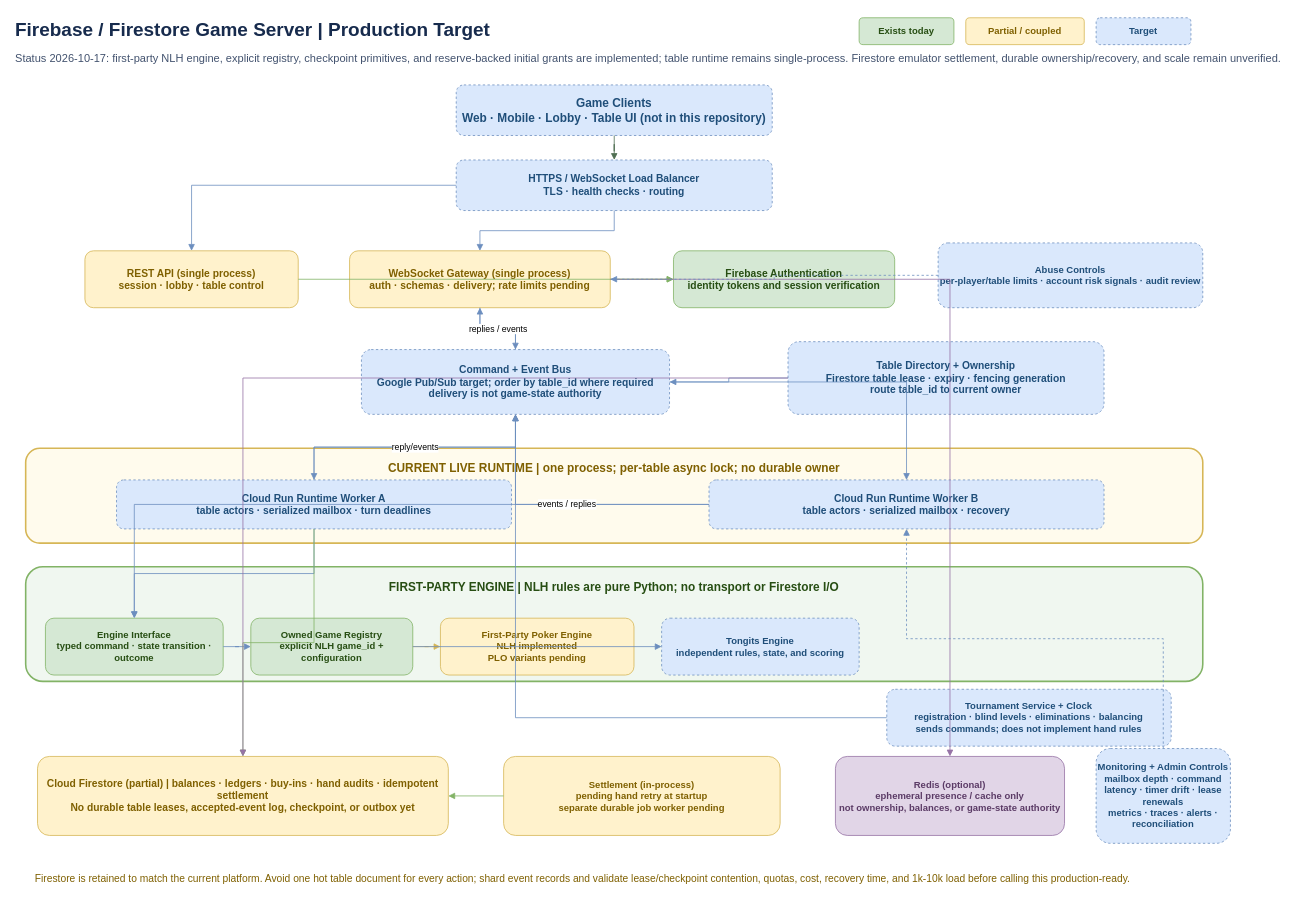
Earlier version of the draw.io diagram page "Firebase Production Target" (1 of 2) of GAME_SERVER_FIREBASE_ARCHITECTURE.drawio (jaspervborcena/cowboysphpokerbackend). Source tidied: cells renumbered, new cells numbered last; positions are measured from the earlier drawing's top-left corner, leaving out a move shared by most shapes. Both pictures are drawn from the tidied source at 79%, with x=0, y=0 at pixel (13, 13).
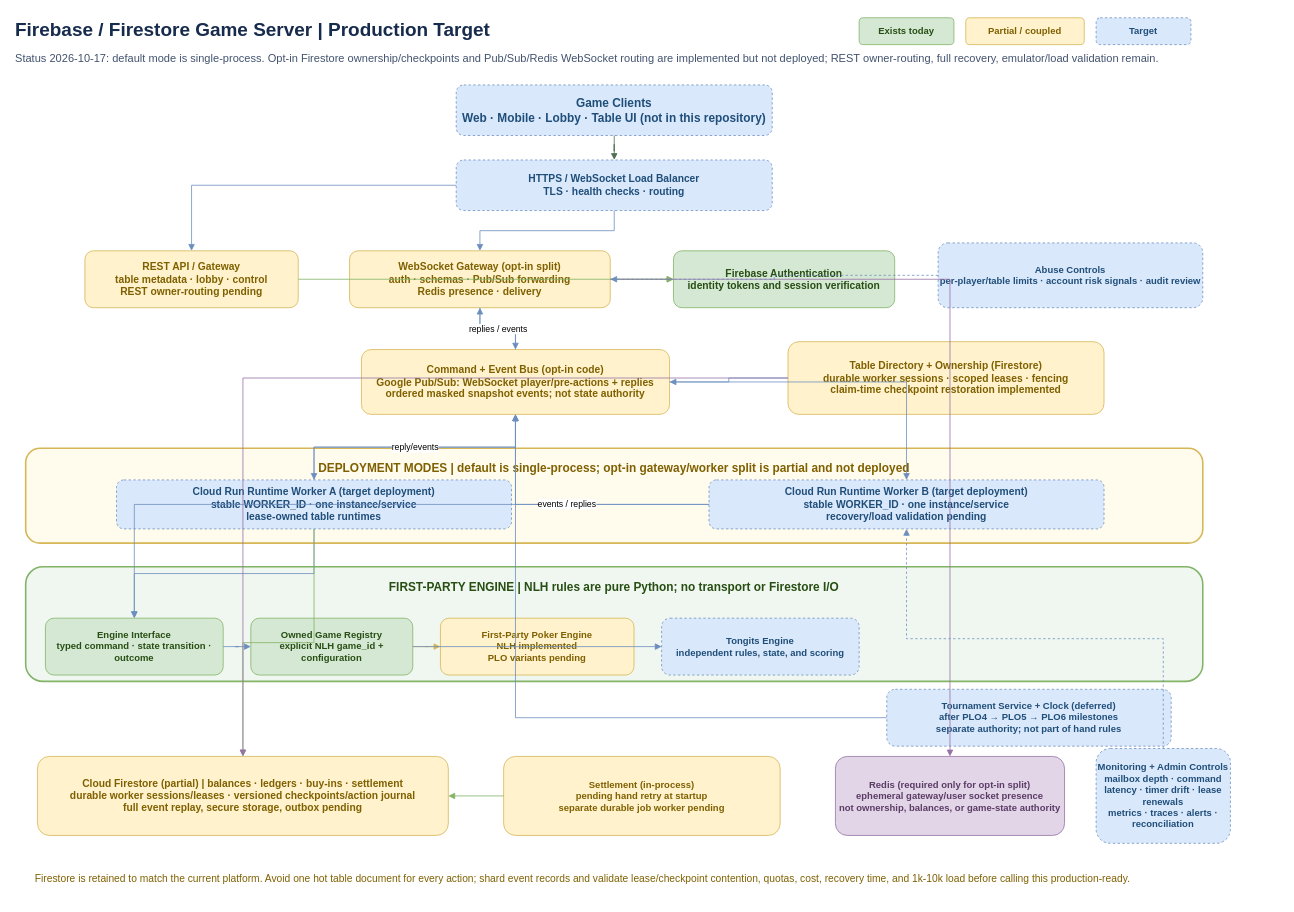
Above is the later version.

The edit, as a diff of the source:
```diff
@@
-    <mxCell id="3" value="Status 2026-10-17: first-party NLH engine, explicit registry, checkpoint primitives, and reserve-backed initial grants are implemented; table runtime remains single-process. Firestore emulator settlement, durable ownership/recovery, and scale remain unverified." style="text;html=1;align=left;verticalAlign=middle;fontSize=14;fontColor=#42526E;" parent="1" vertex="1">
+    <mxCell id="3" value="Status 2026-10-17: default mode is single-process. Opt-in Firestore ownership/checkpoints and Pub/Sub/Redis WebSocket routing are implemented but not deployed; REST owner-routing, full recovery, emulator/load validation remain." style="text;html=1;align=left;verticalAlign=middle;fontSize=14;fontColor=#42526E;" parent="1" vertex="1">
       <mxGeometry y="42" width="1220" height="30" as="geometry" />
     </mxCell>
@@
-    <mxCell id="9" value="REST API (single process)&lt;br&gt;session · lobby · table control" style="rounded=1;whiteSpace=wrap;html=1;fillColor=#FFF2CC;strokeColor=#D6B656;fontColor=#7F6000;fontSize=13;fontStyle=1;" parent="1" vertex="1">
+    <mxCell id="9" value="REST API / Gateway&lt;br&gt;table metadata · lobby · control&lt;br&gt;REST owner-routing pending" style="rounded=1;whiteSpace=wrap;html=1;fillColor=#FFF2CC;strokeColor=#D6B656;fontColor=#7F6000;fontSize=13;fontStyle=1;" parent="1" vertex="1">
       <mxGeometry x="90" y="300" width="270" height="72" as="geometry" />
     </mxCell>
-    <mxCell id="10" value="WebSocket Gateway (single process)&lt;br&gt;auth · schemas · delivery; rate limits pending" style="rounded=1;whiteSpace=wrap;html=1;fillColor=#FFF2CC;strokeColor=#D6B656;fontColor=#7F6000;fontSize=13;fontStyle=1;" parent="1" vertex="1">
+    <mxCell id="10" value="WebSocket Gateway (opt-in split)&lt;br&gt;auth · schemas · Pub/Sub forwarding&lt;br&gt;Redis presence · delivery" style="rounded=1;whiteSpace=wrap;html=1;fillColor=#FFF2CC;strokeColor=#D6B656;fontColor=#7F6000;fontSize=13;fontStyle=1;" parent="1" vertex="1">
       <mxGeometry x="425" y="300" width="330" height="72" as="geometry" />
     </mxCell>
@@
-    <mxCell id="13" value="Command + Event Bus&lt;br&gt;Google Pub/Sub target; order by table_id where required&lt;br&gt;delivery is not game-state authority" style="rounded=1;whiteSpace=wrap;html=1;fillColor=#DAE8FC;strokeColor=#6C8EBF;fontColor=#1F4E79;fontSize=13;fontStyle=1;dashed=1;" parent="1" vertex="1">
+    <mxCell id="13" value="Command + Event Bus (opt-in code)&lt;br&gt;Google Pub/Sub: WebSocket player/pre-actions + replies&lt;br&gt;ordered masked snapshot events; not state authority" style="rounded=1;whiteSpace=wrap;html=1;fillColor=#FFF2CC;strokeColor=#D6B656;fontColor=#7F6000;fontSize=13;fontStyle=1;" parent="1" vertex="1">
       <mxGeometry x="440" y="425" width="390" height="82" as="geometry" />
     </mxCell>
-    <mxCell id="14" value="Table Directory + Ownership&lt;br&gt;Firestore table lease · expiry · fencing generation&lt;br&gt;route table_id to current owner" style="rounded=1;whiteSpace=wrap;html=1;fillColor=#DAE8FC;strokeColor=#6C8EBF;fontColor=#1F4E79;fontSize=13;fontStyle=1;dashed=1;" parent="1" vertex="1">
+    <mxCell id="14" value="Table Directory + Ownership (Firestore)&lt;br&gt;durable worker sessions · scoped leases · fencing&lt;br&gt;claim-time checkpoint restoration implemented" style="rounded=1;whiteSpace=wrap;html=1;fillColor=#FFF2CC;strokeColor=#D6B656;fontColor=#7F6000;fontSize=13;fontStyle=1;" parent="1" vertex="1">
       <mxGeometry x="980" y="415" width="400" height="92" as="geometry" />
     </mxCell>
-    <mxCell id="15" value="CURRENT LIVE RUNTIME | one process; per-table async lock; no durable owner" style="rounded=1;whiteSpace=wrap;html=1;fillColor=#FFF2CC;fillOpacity=35;strokeColor=#D6B656;strokeWidth=2;dashed=0;fontColor=#7F6000;fontSize=15;fontStyle=1;verticalAlign=top;spacingTop=10;" parent="1" vertex="1">
+    <mxCell id="15" value="DEPLOYMENT MODES | default is single-process; opt-in gateway/worker split is partial and not deployed" style="rounded=1;whiteSpace=wrap;html=1;fillColor=#FFF2CC;fillOpacity=35;strokeColor=#D6B656;strokeWidth=2;dashed=0;fontColor=#7F6000;fontSize=15;fontStyle=1;verticalAlign=top;spacingTop=10;" parent="1" vertex="1">
       <mxGeometry x="15" y="550" width="1490" height="120" as="geometry" />
     </mxCell>
-    <mxCell id="16" value="Cloud Run Runtime Worker A&lt;br&gt;table actors · serialized mailbox · turn deadlines" style="rounded=1;whiteSpace=wrap;html=1;fillColor=#DAE8FC;strokeColor=#6C8EBF;fontColor=#1F4E79;fontSize=13;fontStyle=1;dashed=1;" parent="1" vertex="1">
+    <mxCell id="16" value="Cloud Run Runtime Worker A (target deployment)&lt;br&gt;stable WORKER_ID · one instance/service&lt;br&gt;lease-owned table runtimes" style="rounded=1;whiteSpace=wrap;html=1;fillColor=#DAE8FC;strokeColor=#6C8EBF;fontColor=#1F4E79;fontSize=13;fontStyle=1;dashed=1;" parent="1" vertex="1">
       <mxGeometry x="130" y="590" width="500" height="62" as="geometry" />
     </mxCell>
-    <mxCell id="17" value="Cloud Run Runtime Worker B&lt;br&gt;table actors · serialized mailbox · recovery" style="rounded=1;whiteSpace=wrap;html=1;fillColor=#DAE8FC;strokeColor=#6C8EBF;fontColor=#1F4E79;fontSize=13;fontStyle=1;dashed=1;" parent="1" vertex="1">
+    <mxCell id="17" value="Cloud Run Runtime Worker B (target deployment)&lt;br&gt;stable WORKER_ID · one instance/service&lt;br&gt;recovery/load validation pending" style="rounded=1;whiteSpace=wrap;html=1;fillColor=#DAE8FC;strokeColor=#6C8EBF;fontColor=#1F4E79;fontSize=13;fontStyle=1;dashed=1;" parent="1" vertex="1">
       <mxGeometry x="880" y="590" width="500" height="62" as="geometry" />
     </mxCell>
@@
-    <mxCell id="23" value="Tournament Service + Clock&lt;br&gt;registration · blind levels · eliminations · balancing&lt;br&gt;sends commands; does not implement hand rules" style="rounded=1;whiteSpace=wrap;html=1;fillColor=#DAE8FC;strokeColor=#6C8EBF;fontColor=#1F4E79;fontSize=12;fontStyle=1;dashed=1;" parent="1" vertex="1">
+    <mxCell id="23" value="Tournament Service + Clock (deferred)&lt;br&gt;after PLO4 → PLO5 → PLO6 milestones&lt;br&gt;separate authority; not part of hand rules" style="rounded=1;whiteSpace=wrap;html=1;fillColor=#DAE8FC;strokeColor=#6C8EBF;fontColor=#1F4E79;fontSize=12;fontStyle=1;dashed=1;" parent="1" vertex="1">
       <mxGeometry x="1105" y="855" width="360" height="72" as="geometry" />
     </mxCell>
-    <mxCell id="24" value="Cloud Firestore (partial) | balances · ledgers · buy-ins · hand audits · idempotent settlement&lt;br&gt;No durable table leases, accepted-event log, checkpoint, or outbox yet" style="rounded=1;whiteSpace=wrap;html=1;fillColor=#FFF2CC;strokeColor=#D6B656;fontColor=#7F6000;fontSize=13;fontStyle=1;" parent="1" vertex="1">
+    <mxCell id="24" value="Cloud Firestore (partial) | balances · ledgers · buy-ins · settlement&lt;br&gt;durable worker sessions/leases · versioned checkpoints/action journal&lt;br&gt;full event replay, secure storage, outbox pending" style="rounded=1;whiteSpace=wrap;html=1;fillColor=#FFF2CC;strokeColor=#D6B656;fontColor=#7F6000;fontSize=13;fontStyle=1;" parent="1" vertex="1">
       <mxGeometry x="30" y="940" width="520" height="100" as="geometry" />
     </mxCell>
@@
-    <mxCell id="26" value="Redis (optional)&lt;br&gt;ephemeral presence / cache only&lt;br&gt;not ownership, balances, or game-state authority" style="rounded=1;whiteSpace=wrap;html=1;fillColor=#E1D5E7;strokeColor=#9673A6;fontColor=#5B3B66;fontSize=12;fontStyle=1;" parent="1" vertex="1">
+    <mxCell id="26" value="Redis (required only for opt-in split)&lt;br&gt;ephemeral gateway/user socket presence&lt;br&gt;not ownership, balances, or game-state authority" style="rounded=1;whiteSpace=wrap;html=1;fillColor=#E1D5E7;strokeColor=#9673A6;fontColor=#5B3B66;fontSize=12;fontStyle=1;" parent="1" vertex="1">
       <mxGeometry x="1040" y="940" width="290" height="100" as="geometry" />
     </mxCell>
```
